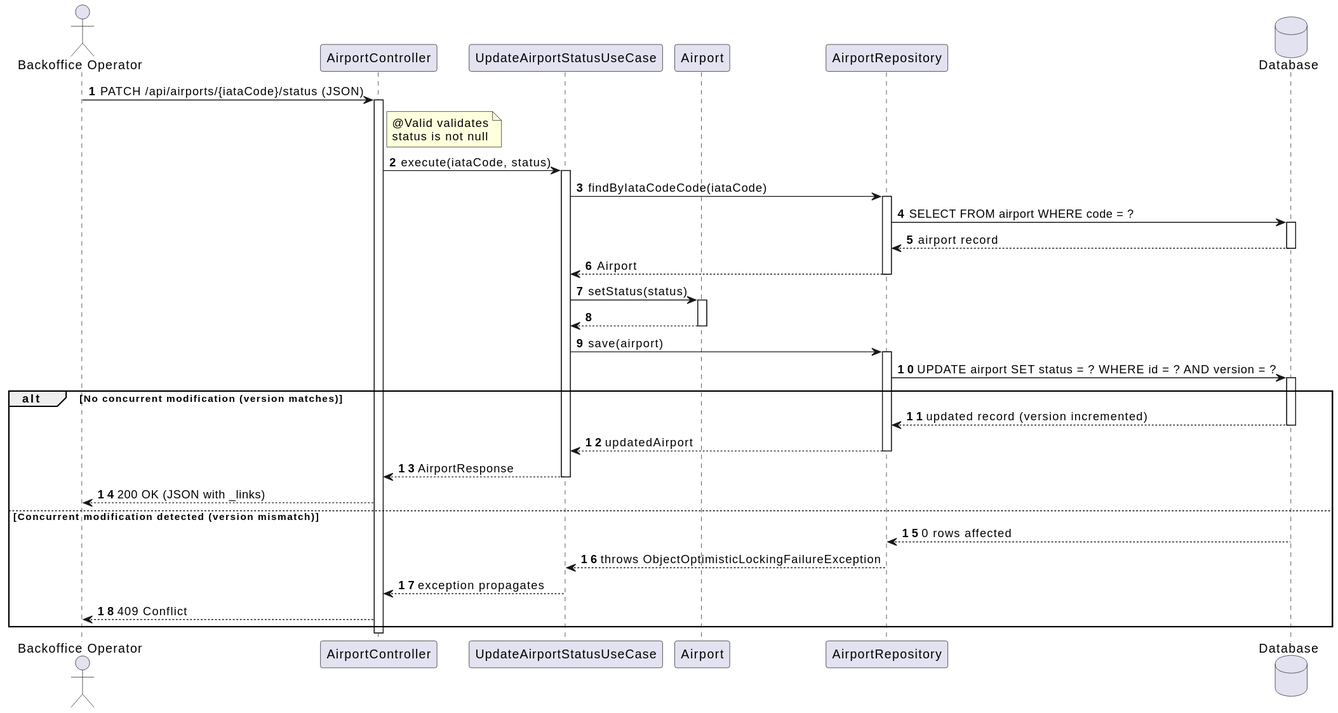
Before: docs/system-documentation/use-cases/WP2A/US109/svg/sd_us109.svg, a diagram exported from PlantUML (VascoMagolo/psoft_1231562_1241692_1242036_2db).
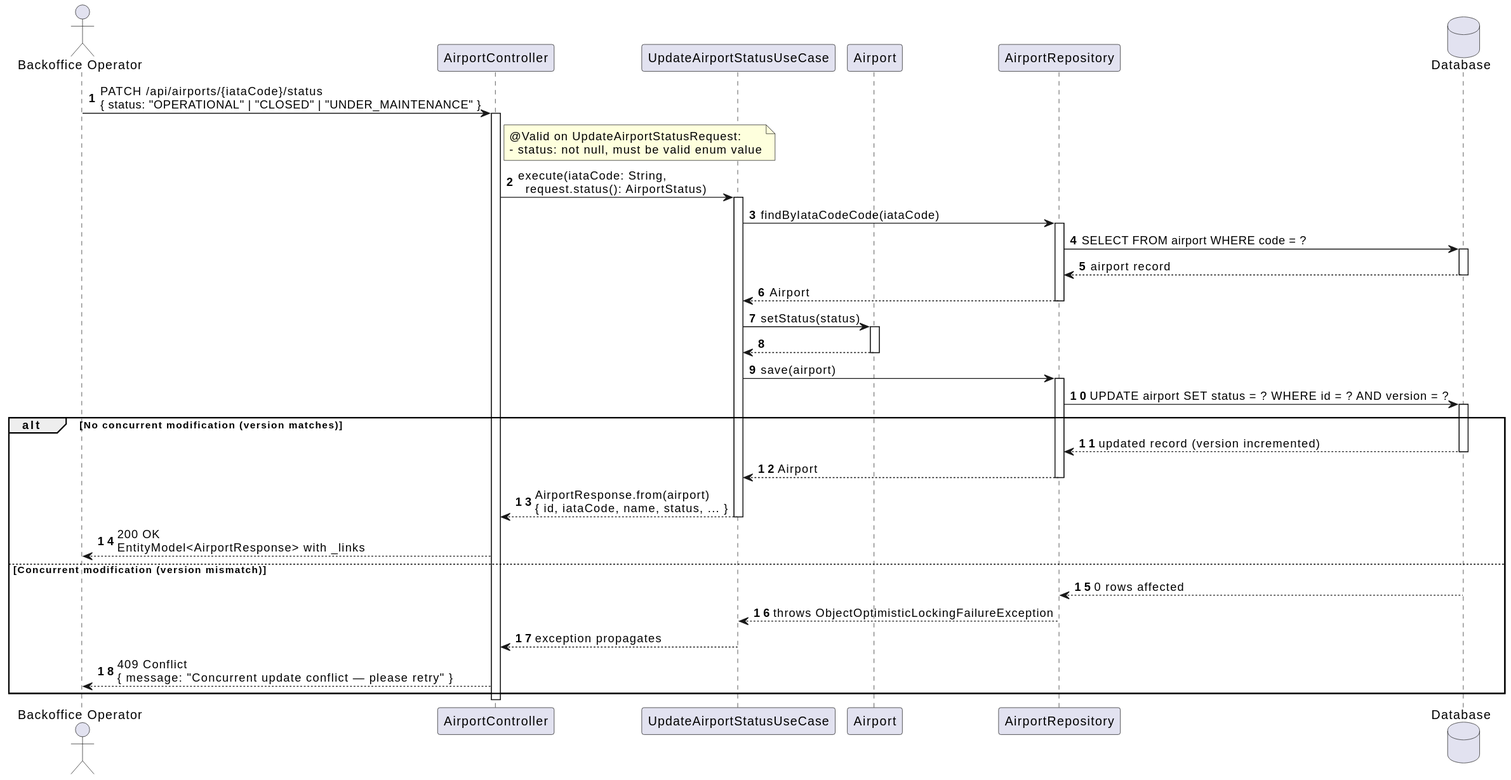
The same diagram one commit later.

The edit, as a diff of the source:
```diff
@@ -7,12 +7,15 @@
 participant "AirportRepository" as Repo
 database "Database" as DB
 
-BO -> Ctrl : PATCH /api/airports/{iataCode}/status (JSON)
+BO -> Ctrl : PATCH /api/airports/{iataCode}/status\n{ status: "OPERATIONAL" | "CLOSED" | "UNDER_MAINTENANCE" }
 activate Ctrl
 
-note right of Ctrl : @Valid validates\nstatus is not null
+note right of Ctrl
+  @Valid on UpdateAirportStatusRequest:
+  - status: not null, must be valid enum value
+end note
 
-Ctrl -> UC : execute(iataCode, status)
+Ctrl -> UC : execute(iataCode: String,\n  request.status(): AirportStatus)
 activate UC
 
 UC -> Repo : findByIataCodeCode(iataCode)
@@ -37,16 +40,16 @@
 alt No concurrent modification (version matches)
   DB --> Repo : updated record (version incremented)
   deactivate DB
-  Repo --> UC : updatedAirport
+  Repo --> UC : Airport
   deactivate Repo
-  UC --> Ctrl : AirportResponse
+  UC --> Ctrl : AirportResponse.from(airport)\n{ id, iataCode, name, status, ... }
   deactivate UC
-  Ctrl --> BO : 200 OK (JSON with _links)
-else Concurrent modification detected (version mismatch)
+  Ctrl --> BO : 200 OK\nEntityModel<AirportResponse> with _links
+else Concurrent modification (version mismatch)
   DB --> Repo : 0 rows affected
   Repo --> UC : throws ObjectOptimisticLockingFailureException
   UC --> Ctrl : exception propagates
-  Ctrl --> BO : 409 Conflict
+  Ctrl --> BO : 409 Conflict\n{ message: "Concurrent update conflict — please retry" }
 end
 
 deactivate Ctrl
```
